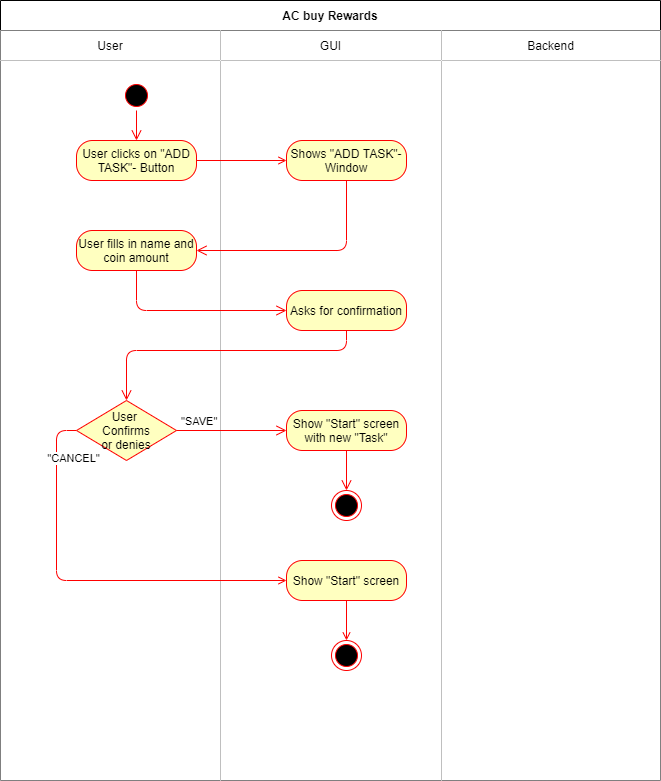
Earlier version of the draw.io export PNGs/AC_Add_Task.png (david2628/Work2Play). Source tidied: cells renumbered, new cells last; positions are measured from the earlier drawing's top-left corner, leaving out a move shared by most shapes. The source it was exported from:
```xml
<mxGraphModel>
  <root>
    <mxCell id="0" />
    <mxCell id="1" parent="0" />
    <mxCell id="2" value="AC buy Rewards" style="shape=table;html=1;whiteSpace=wrap;startSize=30;fontStyle=1;align=center;" parent="1" vertex="1">
      <mxGeometry width="660" height="780" as="geometry" />
    </mxCell>
    <mxCell id="3" style="shape=partialRectangle;html=1;whiteSpace=wrap;fillColor=none;top=0;left=0;bottom=0;right=0;" parent="2" vertex="1">
      <mxGeometry y="30" width="660" height="30" as="geometry" />
    </mxCell>
    <mxCell id="4" value="User" style="shape=partialRectangle;html=1;whiteSpace=wrap;top=0;left=0;bottom=0;right=0;overflow=hidden;" parent="3" vertex="1">
      <mxGeometry width="220" height="30" as="geometry" />
    </mxCell>
    <mxCell id="5" value="GUI" style="shape=partialRectangle;html=1;whiteSpace=wrap;top=0;left=0;bottom=0;right=0;overflow=hidden;" parent="3" vertex="1">
      <mxGeometry x="220" width="221" height="30" as="geometry" />
    </mxCell>
    <mxCell id="6" value="Backend" style="shape=partialRectangle;html=1;whiteSpace=wrap;top=0;left=0;bottom=0;right=0;overflow=hidden;" parent="3" vertex="1">
      <mxGeometry x="441" width="219" height="30" as="geometry" />
    </mxCell>
    <mxCell id="7" style="shape=partialRectangle;html=1;whiteSpace=wrap;fillColor=none;top=0;left=0;bottom=0;right=0;" parent="2" vertex="1">
      <mxGeometry y="60" width="660" height="720" as="geometry" />
    </mxCell>
    <mxCell id="8" style="shape=partialRectangle;html=1;whiteSpace=wrap;top=0;left=0;bottom=0;right=0;overflow=hidden;" parent="7" vertex="1">
      <mxGeometry width="220" height="720" as="geometry" />
    </mxCell>
    <mxCell id="9" style="shape=partialRectangle;html=1;whiteSpace=wrap;top=0;left=0;bottom=0;right=0;overflow=hidden;" parent="7" vertex="1">
      <mxGeometry x="220" width="221" height="720" as="geometry" />
    </mxCell>
    <mxCell id="10" style="shape=partialRectangle;html=1;whiteSpace=wrap;top=0;left=0;bottom=0;right=0;overflow=hidden;" parent="7" vertex="1">
      <mxGeometry x="441" width="219" height="720" as="geometry" />
    </mxCell>
    <mxCell id="11" style="ellipse;html=1;shape=startState;fillColor=#000000;strokeColor=#ff0000;" parent="1" vertex="1">
      <mxGeometry x="121" y="80" width="30" height="30" as="geometry" />
    </mxCell>
    <mxCell id="12" style="edgeStyle=orthogonalEdgeStyle;html=1;verticalAlign=bottom;endArrow=open;endSize=8;strokeColor=#ff0000;" parent="1" edge="1" source="11">
      <mxGeometry relative="1" as="geometry">
        <mxPoint x="136" y="140" as="targetPoint" />
      </mxGeometry>
    </mxCell>
    <mxCell id="13" style="edgeStyle=orthogonalEdgeStyle;rounded=0;orthogonalLoop=1;jettySize=auto;html=1;exitX=0.5;exitY=1;exitDx=0;exitDy=0;" parent="1" edge="1">
      <mxGeometry relative="1" as="geometry">
        <mxPoint x="131" y="150" as="sourcePoint" />
        <mxPoint x="131" y="150" as="targetPoint" />
      </mxGeometry>
    </mxCell>
    <mxCell id="14" style="edgeStyle=orthogonalEdgeStyle;rounded=0;jettySize=auto;html=1;fillColor=#f8cecc;endArrow=open;endFill=0;strokeColor=#FF0000;" parent="1" edge="1" source="15" target="25">
      <mxGeometry relative="1" as="geometry" />
    </mxCell>
    <mxCell id="15" value="User clicks on &quot;ADD TASK&quot;- Button" style="rounded=1;whiteSpace=wrap;html=1;arcSize=40;fontColor=#000000;fillColor=#ffffc0;strokeColor=#ff0000;" parent="1" vertex="1">
      <mxGeometry x="76" y="140" width="120" height="40" as="geometry" />
    </mxCell>
    <mxCell id="16" value="Asks for confirmation" style="rounded=1;whiteSpace=wrap;html=1;arcSize=40;fontColor=#000000;fillColor=#ffffc0;strokeColor=#ff0000;" parent="1" vertex="1">
      <mxGeometry x="286" y="290" width="120" height="40" as="geometry" />
    </mxCell>
    <mxCell id="17" style="edgeStyle=orthogonalEdgeStyle;html=1;verticalAlign=bottom;endArrow=open;endSize=8;strokeColor=#ff0000;exitX=0.5;exitY=1;exitDx=0;exitDy=0;" parent="1" edge="1" source="16" target="20">
      <mxGeometry relative="1" as="geometry">
        <Array as="points">
          <mxPoint x="346" y="350" />
        </Array>
      </mxGeometry>
    </mxCell>
    <mxCell id="18" style="edgeStyle=orthogonalEdgeStyle;jettySize=auto;html=1;exitX=0;exitY=0.5;exitDx=0;exitDy=0;entryX=0;entryY=0.5;entryDx=0;entryDy=0;rounded=1;strokeColor=#FF0000;endArrow=open;endFill=0;" parent="1" edge="1" source="20" target="30">
      <mxGeometry relative="1" as="geometry">
        <Array as="points">
          <mxPoint x="56" y="430" />
          <mxPoint x="56" y="580" />
        </Array>
      </mxGeometry>
    </mxCell>
    <mxCell id="19" value="&quot;CANCEL&quot;" style="edgeLabel;html=1;align=center;verticalAlign=middle;" parent="18" vertex="1">
      <mxGeometry x="-0.96" y="-4" relative="1" as="geometry">
        <mxPoint x="4" y="31" as="offset" />
      </mxGeometry>
    </mxCell>
    <mxCell id="20" value="User &lt;br&gt;Confirms&lt;br&gt;or denies" style="rhombus;whiteSpace=wrap;html=1;fillColor=#ffffc0;strokeColor=#ff0000;" parent="1" vertex="1">
      <mxGeometry x="76" y="400" width="100" height="60" as="geometry" />
    </mxCell>
    <mxCell id="21" value="&quot;SAVE&quot;" style="edgeStyle=orthogonalEdgeStyle;html=1;align=left;verticalAlign=bottom;endArrow=open;endSize=8;strokeColor=#ff0000;entryX=0;entryY=0.5;entryDx=0;entryDy=0;" parent="1" edge="1" source="20" target="22">
      <mxGeometry x="-0.94" relative="1" as="geometry" />
    </mxCell>
    <mxCell id="22" value="Show &quot;Start&quot; screen with new &quot;Task&quot;" style="rounded=1;whiteSpace=wrap;html=1;arcSize=40;fontColor=#000000;fillColor=#ffffc0;strokeColor=#ff0000;" parent="1" vertex="1">
      <mxGeometry x="286" y="410" width="120" height="40" as="geometry" />
    </mxCell>
    <mxCell id="23" style="edgeStyle=orthogonalEdgeStyle;html=1;verticalAlign=bottom;endArrow=open;endSize=8;strokeColor=#ff0000;entryX=0.5;entryY=0;entryDx=0;entryDy=0;exitX=0.5;exitY=1;exitDx=0;exitDy=0;" parent="1" edge="1" source="22" target="24">
      <mxGeometry relative="1" as="geometry" />
    </mxCell>
    <mxCell id="24" style="ellipse;html=1;shape=endState;fillColor=#000000;strokeColor=#ff0000;" parent="1" vertex="1">
      <mxGeometry x="331" y="490" width="30" height="30" as="geometry" />
    </mxCell>
    <mxCell id="25" value="Shows &quot;ADD TASK&quot;- Window" style="rounded=1;whiteSpace=wrap;html=1;arcSize=40;fontColor=#000000;fillColor=#ffffc0;strokeColor=#ff0000;" parent="1" vertex="1">
      <mxGeometry x="286" y="140" width="120" height="40" as="geometry" />
    </mxCell>
    <mxCell id="26" style="edgeStyle=orthogonalEdgeStyle;html=1;verticalAlign=bottom;endArrow=open;endSize=8;strokeColor=#ff0000;entryX=1;entryY=0.5;entryDx=0;entryDy=0;exitX=0.5;exitY=1;exitDx=0;exitDy=0;" parent="1" edge="1" source="25" target="27">
      <mxGeometry relative="1" as="geometry">
        <Array as="points">
          <mxPoint x="346" y="250" />
        </Array>
      </mxGeometry>
    </mxCell>
    <mxCell id="27" value="User fills in name and coin amount" style="rounded=1;whiteSpace=wrap;html=1;arcSize=40;fontColor=#000000;fillColor=#ffffc0;strokeColor=#ff0000;" parent="1" vertex="1">
      <mxGeometry x="76" y="230" width="120" height="40" as="geometry" />
    </mxCell>
    <mxCell id="28" style="edgeStyle=orthogonalEdgeStyle;html=1;verticalAlign=bottom;endArrow=open;endSize=8;strokeColor=#ff0000;entryX=0;entryY=0.5;entryDx=0;entryDy=0;exitX=0.5;exitY=1;exitDx=0;exitDy=0;" parent="1" edge="1" source="27" target="16">
      <mxGeometry relative="1" as="geometry">
        <Array as="points">
          <mxPoint x="136" y="310" />
          <mxPoint x="286" y="310" />
        </Array>
      </mxGeometry>
    </mxCell>
    <mxCell id="29" style="edgeStyle=orthogonalEdgeStyle;rounded=0;jettySize=auto;html=1;exitX=0.5;exitY=1;exitDx=0;exitDy=0;entryX=0.5;entryY=0;entryDx=0;entryDy=0;strokeColor=#FF0000;endArrow=open;endFill=0;" parent="1" edge="1" source="30" target="31">
      <mxGeometry relative="1" as="geometry" />
    </mxCell>
    <mxCell id="30" value="Show &quot;Start&quot; screen" style="rounded=1;whiteSpace=wrap;html=1;arcSize=40;fontColor=#000000;fillColor=#ffffc0;strokeColor=#ff0000;" parent="1" vertex="1">
      <mxGeometry x="286" y="560" width="120" height="40" as="geometry" />
    </mxCell>
    <mxCell id="31" style="ellipse;html=1;shape=endState;fillColor=#000000;strokeColor=#ff0000;" parent="1" vertex="1">
      <mxGeometry x="331" y="640" width="30" height="30" as="geometry" />
    </mxCell>
  </root>
</mxGraphModel>
```
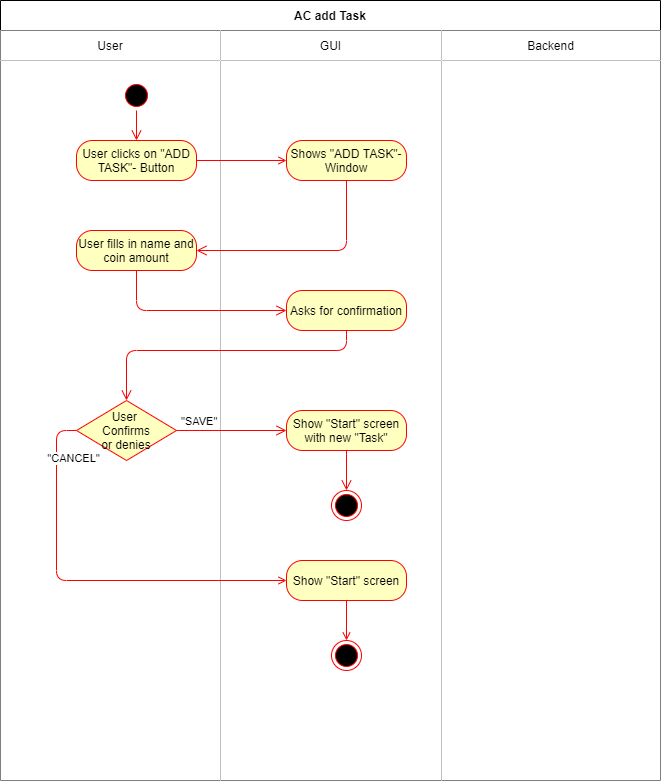
Above is the later version.

What changed in the source:
```diff
@@ -2,7 +2,7 @@
   <root>
     <mxCell id="0" />
     <mxCell id="1" parent="0" />
-    <mxCell id="2" value="AC buy Rewards" style="shape=table;html=1;whiteSpace=wrap;startSize=30;fontStyle=1;align=center;" parent="1" vertex="1">
+    <mxCell id="2" value="AC add Task" style="shape=table;html=1;whiteSpace=wrap;startSize=30;fontStyle=1;align=center;" parent="1" vertex="1">
       <mxGeometry width="660" height="780" as="geometry" />
     </mxCell>
     <mxCell id="3" style="shape=partialRectangle;html=1;whiteSpace=wrap;fillColor=none;top=0;left=0;bottom=0;right=0;" parent="2" vertex="1">
```
